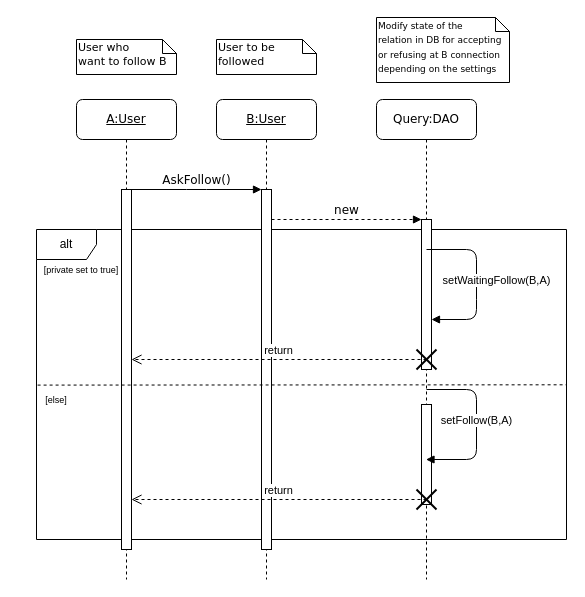
Earlier version of the draw.io diagram Diagrammes/SequenceDiagrams/askFollow.drawio (NNepper/LSINF1225-2020-GroupeL1.1-WishList). Source tidied: cells renumbered, new cells numbered last; positions are measured from the earlier drawing's top-left corner, leaving out a move shared by most shapes. Both pictures are drawn from the tidied source at 100%, with x=0, y=0 at pixel (36, 17).
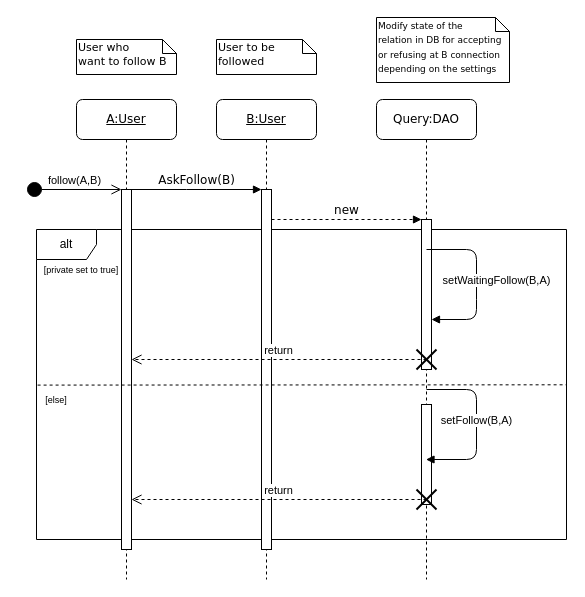
The same page after the edit.

The change refers to these unchanged cells:
```xml
<mxCell id="4" style="html=1;points=[];perimeter=orthogonalPerimeter;rounded=0;shadow=0;comic=0;labelBackgroundColor=none;strokeWidth=1;fontFamily=Verdana;fontSize=12;align=center;" parent="3" vertex="1">
  <mxGeometry x="45" y="90" width="10" height="360" as="geometry" />
</mxCell>
<mxCell id="9" style="html=1;points=[];perimeter=orthogonalPerimeter;rounded=0;shadow=0;comic=0;labelBackgroundColor=none;strokeWidth=1;fontFamily=Verdana;fontSize=12;align=center;" parent="8" vertex="1">
  <mxGeometry x="45" y="90" width="10" height="360" as="geometry" />
</mxCell>
```

The edit, as a diff of the source:
```diff
@@
-    <mxCell id="10" value="AskFollow()" style="html=1;verticalAlign=bottom;endArrow=block;labelBackgroundColor=none;fontFamily=Verdana;fontSize=12;edgeStyle=elbowEdgeStyle;elbow=vertical;" parent="1" edge="1" source="9" target="4">
+    <mxCell id="10" value="AskFollow(B)" style="html=1;verticalAlign=bottom;endArrow=block;labelBackgroundColor=none;fontFamily=Verdana;fontSize=12;edgeStyle=elbowEdgeStyle;elbow=vertical;" parent="1" edge="1" source="9" target="4">
       <mxGeometry relative="1" as="geometry">
         <Array as="points">
           <mxPoint x="160" y="172" />
           <mxPoint x="150" y="162" />
         </Array>
       </mxGeometry>
     </mxCell>
@@
+    <mxCell id="26" value="follow(A,B)" style="html=1;verticalAlign=bottom;startArrow=circle;startFill=1;endArrow=open;startSize=6;endSize=8;" parent="1" edge="1">
+      <mxGeometry relative="1" as="geometry">
+        <mxPoint x="-10" y="172" as="sourcePoint" />
+        <mxPoint x="85" y="172" as="targetPoint" />
+      </mxGeometry>
+    </mxCell>
```
